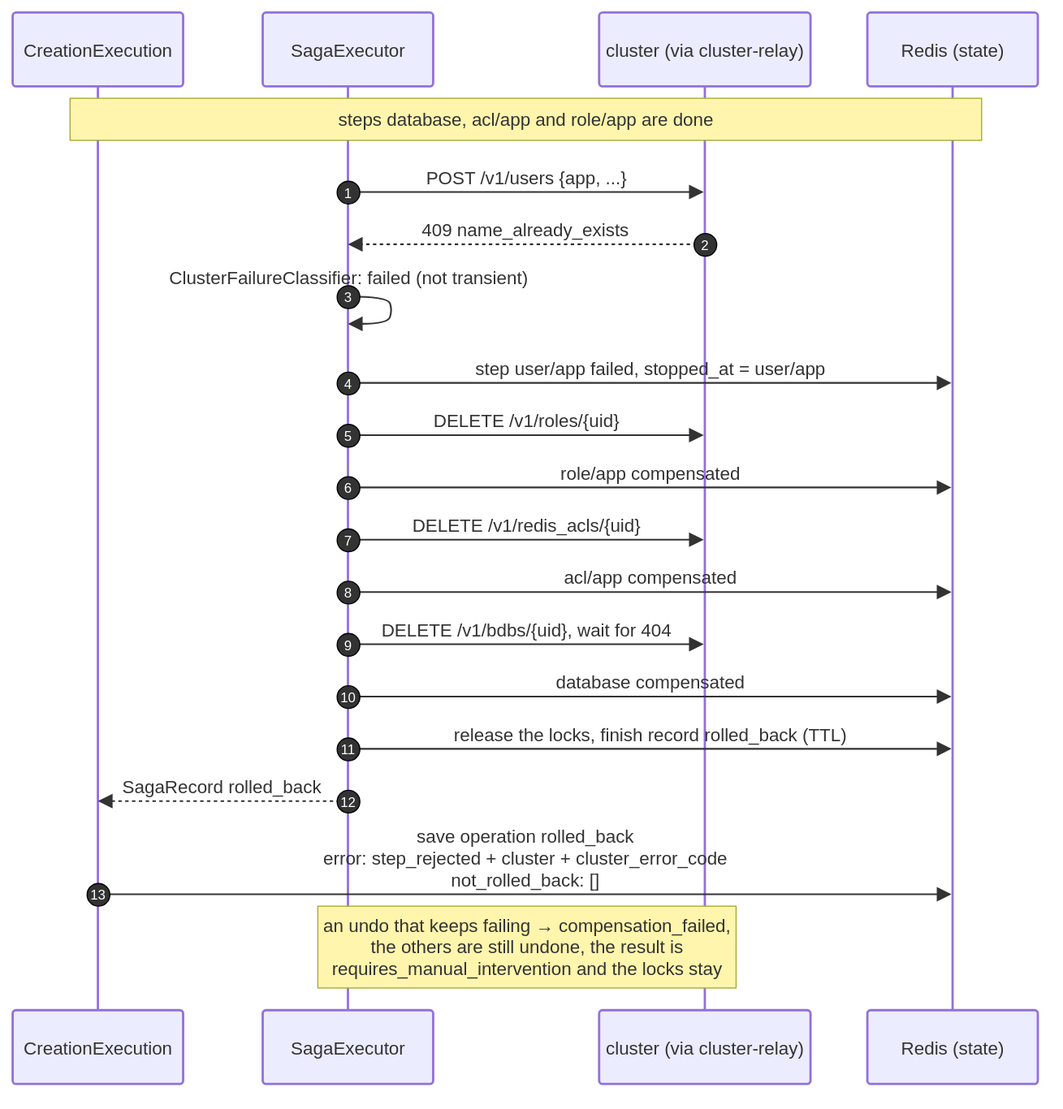
The draw.io diagram docs/diagrams/11-seq-rollback-single-site.drawio.svg in EliShteinman/redis-enterprise-services, before a commit. Source tidied: cells renumbered, new cells last; positions are measured from the earlier drawing's top-left corner, leaving out a move shared by most shapes.
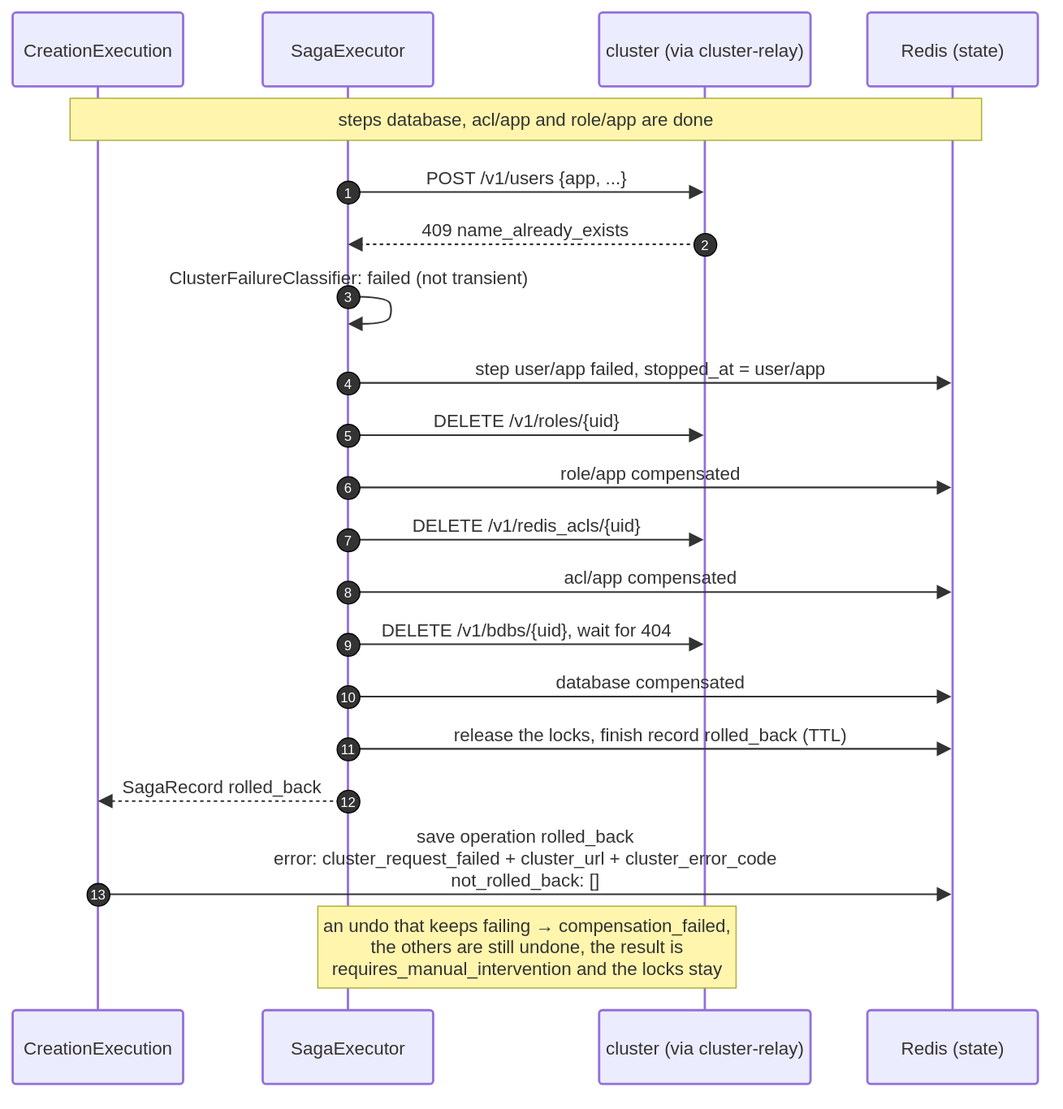
Later version of the same file.

The edit, as a diff of the source:
```diff
@@ -139,7 +139,7 @@
     <mxCell id="30" value="12" style="ellipse;fillColor=light-dark(#333333,#cccccc);align=center;verticalAlign=middle;fontColor=light-dark(#FFFFFF,#333333);fontSize=12;" parent="1" vertex="1">
       <mxGeometry x="285" y="684" width="20" height="20" as="geometry" />
     </mxCell>
-    <mxCell id="31" value="save operation rolled_back&#10;error: step_rejected + cluster + cluster_error_code&#10;not_rolled_back: []" style="endArrow=block;endSize=9;verticalAlign=bottom;spacingBottom=2;edgeStyle=sequenceEdgeStyle;libavoidRouting=0;curved=0;rounded=0;fontSize=16;labelBackgroundColor=none;strokeWidth=1.5;strokeColor=light-dark(#333333,#cccccc);fontColor=light-dark(#333333,#cccccc);fontFamily=Trebuchet MS,Verdana,Arial,sans-serif;" parent="1" edge="1" source="2" target="5">
+    <mxCell id="31" value="save operation rolled_back&#10;error: cluster_request_failed + cluster_url + cluster_error_code&#10;not_rolled_back: []" style="endArrow=block;endSize=9;verticalAlign=bottom;spacingBottom=2;edgeStyle=sequenceEdgeStyle;libavoidRouting=0;curved=0;rounded=0;fontSize=16;labelBackgroundColor=none;strokeWidth=1.5;strokeColor=light-dark(#333333,#cccccc);fontColor=light-dark(#333333,#cccccc);fontFamily=Trebuchet MS,Verdana,Arial,sans-serif;" parent="1" edge="1" source="2" target="5">
       <mxGeometry relative="1" as="geometry">
         <Array as="points">
           <mxPoint x="451" y="776" />
```
